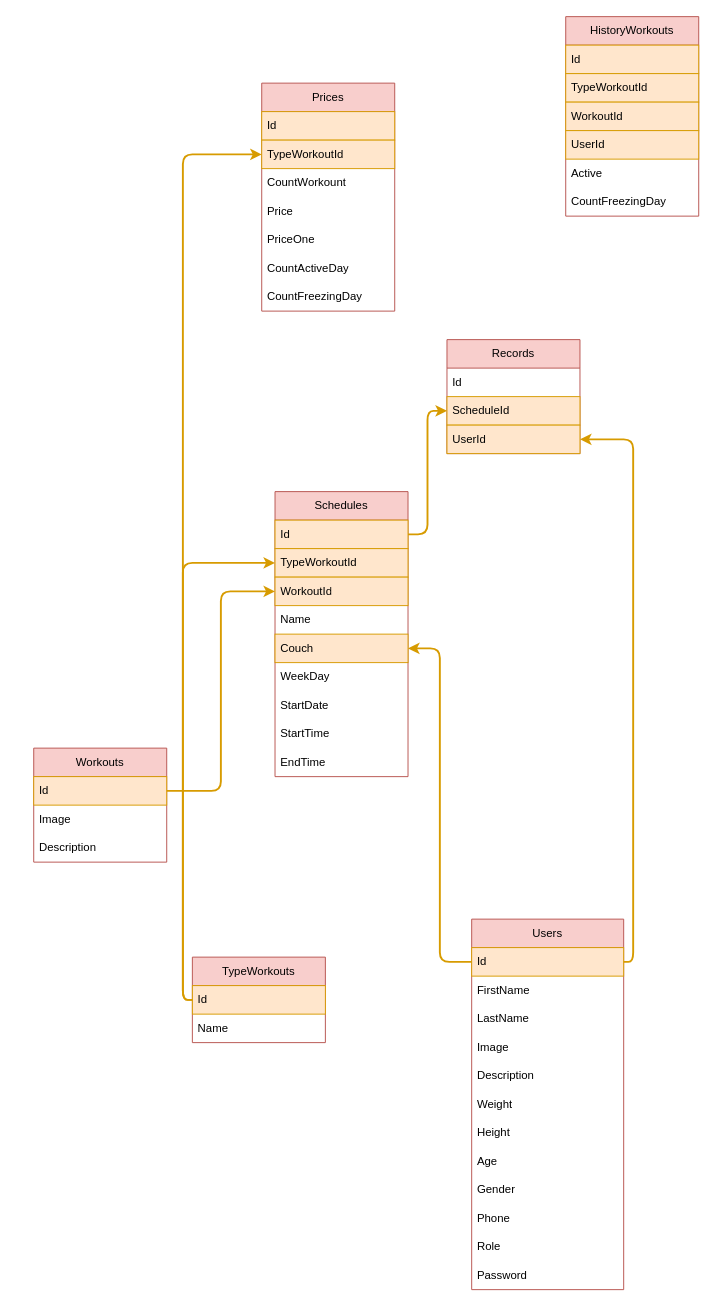
VyacheslavMironov/JALUR_API keeps this draw.io diagram as doc/application.drawio. Above is the earlier version. Source tidied: cells renumbered, new cells numbered last; positions are measured from the earlier drawing's top-left corner, leaving out a move shared by most shapes. Both pictures are drawn from the tidied source at 95%, with x=0, y=0 at pixel (33, 16).
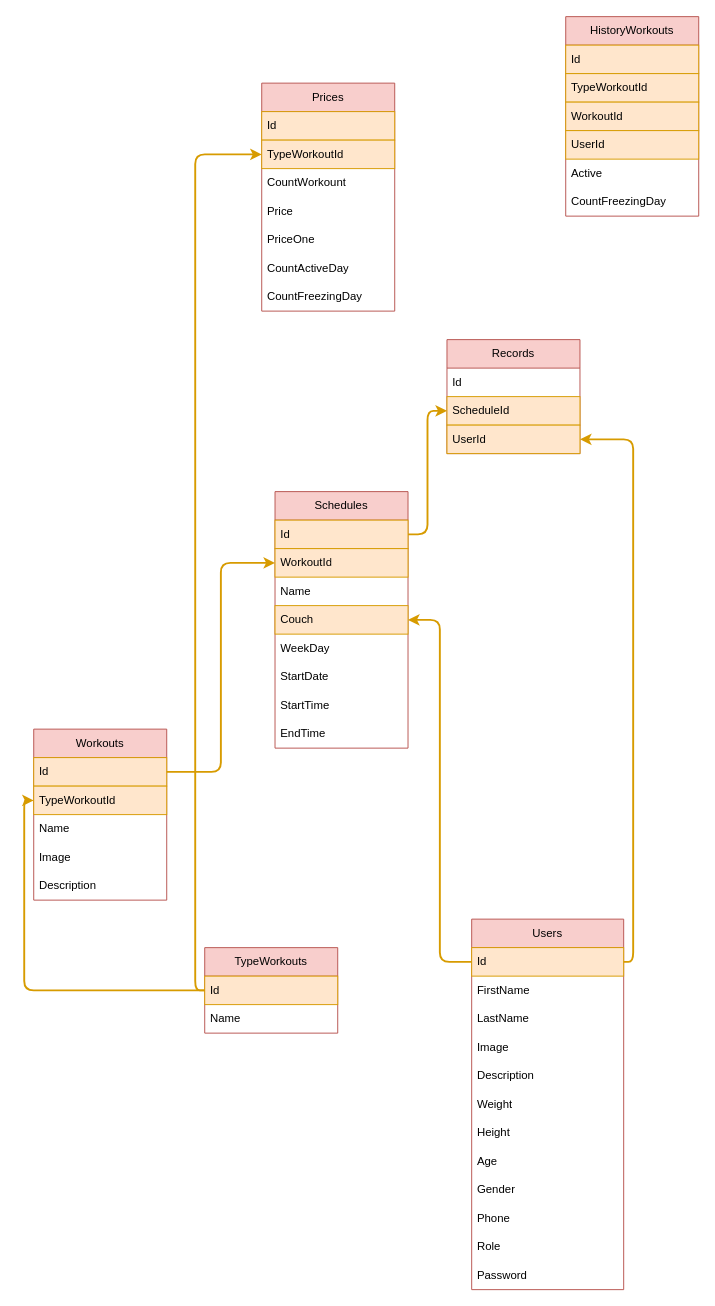
The same page after the edit.

Change to the diagram source:
```diff
@@
     <mxCell id="15" value="TypeWorkouts" style="swimlane;fontStyle=0;horizontal=1;startSize=30;whiteSpace=wrap;html=1;strokeWidth=1;fillColor=#f8cecc;strokeColor=#b85450;" parent="1" vertex="1">
-      <mxGeometry x="167" y="990" width="140" height="90" as="geometry" />
+      <mxGeometry x="180" y="980" width="140" height="90" as="geometry" />
     </mxCell>
@@
     <mxCell id="18" value="Schedules" style="swimlane;fontStyle=0;horizontal=1;startSize=30;whiteSpace=wrap;html=1;strokeWidth=1;fillColor=#f8cecc;strokeColor=#b85450;" parent="1" vertex="1">
-      <mxGeometry x="254" y="500" width="140" height="300" as="geometry" />
+      <mxGeometry x="254" y="500" width="140" height="270" as="geometry" />
     </mxCell>
@@
-    <mxCell id="20" value="TypeWorkoutId" style="text;strokeColor=#d79b00;fillColor=#ffe6cc;align=left;verticalAlign=middle;spacingLeft=4;spacingRight=4;overflow=hidden;points=[[0,0.5],[1,0.5]];portConstraint=eastwest;whiteSpace=wrap;html=1;strokeWidth=1;" parent="18" vertex="1">
-      <mxGeometry y="60" width="140" height="30" as="geometry" />
-    </mxCell>
     <mxCell id="21" value="WorkoutId" style="text;strokeColor=#d79b00;fillColor=#ffe6cc;align=left;verticalAlign=middle;spacingLeft=4;spacingRight=4;overflow=hidden;points=[[0,0.5],[1,0.5]];portConstraint=eastwest;whiteSpace=wrap;html=1;strokeWidth=1;" parent="18" vertex="1">
-      <mxGeometry y="90" width="140" height="30" as="geometry" />
+      <mxGeometry y="60" width="140" height="30" as="geometry" />
     </mxCell>
     <mxCell id="22" value="Name" style="text;strokeColor=none;fillColor=none;align=left;verticalAlign=middle;spacingLeft=4;spacingRight=4;overflow=hidden;whiteSpace=wrap;html=1;strokeWidth=1;" parent="18" vertex="1">
-      <mxGeometry y="120" width="140" height="30" as="geometry" />
+      <mxGeometry y="90" width="140" height="30" as="geometry" />
     </mxCell>
     <mxCell id="23" value="Couch" style="text;strokeColor=#d79b00;fillColor=#ffe6cc;align=left;verticalAlign=middle;spacingLeft=4;spacingRight=4;overflow=hidden;points=[[0,0.5],[1,0.5]];portConstraint=eastwest;whiteSpace=wrap;html=1;strokeWidth=1;" parent="18" vertex="1">
-      <mxGeometry y="150" width="140" height="30" as="geometry" />
+      <mxGeometry y="120" width="140" height="30" as="geometry" />
     </mxCell>
     <mxCell id="24" value="WeekDay" style="text;strokeColor=none;fillColor=none;align=left;verticalAlign=middle;spacingLeft=4;spacingRight=4;overflow=hidden;whiteSpace=wrap;html=1;strokeWidth=1;" parent="18" vertex="1">
-      <mxGeometry y="180" width="140" height="30" as="geometry" />
+      <mxGeometry y="150" width="140" height="30" as="geometry" />
     </mxCell>
     <mxCell id="25" value="StartDate" style="text;strokeColor=none;fillColor=none;align=left;verticalAlign=middle;spacingLeft=4;spacingRight=4;overflow=hidden;whiteSpace=wrap;html=1;strokeWidth=1;" parent="18" vertex="1">
-      <mxGeometry y="210" width="140" height="30" as="geometry" />
+      <mxGeometry y="180" width="140" height="30" as="geometry" />
     </mxCell>
     <mxCell id="26" value="StartTime" style="text;strokeColor=none;fillColor=none;align=left;verticalAlign=middle;spacingLeft=4;spacingRight=4;overflow=hidden;whiteSpace=wrap;html=1;strokeWidth=1;" parent="18" vertex="1">
-      <mxGeometry y="240" width="140" height="30" as="geometry" />
+      <mxGeometry y="210" width="140" height="30" as="geometry" />
     </mxCell>
     <mxCell id="27" value="EndTime" style="text;strokeColor=none;fillColor=none;align=left;verticalAlign=middle;spacingLeft=4;spacingRight=4;overflow=hidden;whiteSpace=wrap;html=1;strokeWidth=1;" parent="18" vertex="1">
-      <mxGeometry y="270" width="140" height="30" as="geometry" />
+      <mxGeometry y="240" width="140" height="30" as="geometry" />
     </mxCell>
@@
     <mxCell id="36" value="Workouts" style="swimlane;fontStyle=0;horizontal=1;startSize=30;whiteSpace=wrap;html=1;strokeWidth=1;fillColor=#f8cecc;strokeColor=#b85450;" parent="1" vertex="1">
-      <mxGeometry y="770" width="140" height="120" as="geometry" />
+      <mxGeometry y="750" width="140" height="180" as="geometry" />
     </mxCell>
@@
+    <mxCell id="20" value="TypeWorkoutId" style="text;strokeColor=#d79b00;fillColor=#ffe6cc;align=left;verticalAlign=middle;spacingLeft=4;spacingRight=4;overflow=hidden;points=[[0,0.5],[1,0.5]];portConstraint=eastwest;whiteSpace=wrap;html=1;strokeWidth=1;" parent="36" vertex="1">
+      <mxGeometry y="60" width="140" height="30" as="geometry" />
+    </mxCell>
+    <mxCell id="57" value="Name" style="text;strokeColor=none;fillColor=none;align=left;verticalAlign=middle;spacingLeft=4;spacingRight=4;overflow=hidden;whiteSpace=wrap;html=1;strokeWidth=1;" parent="36" vertex="1">
+      <mxGeometry y="90" width="140" height="30" as="geometry" />
+    </mxCell>
     <mxCell id="38" value="Image" style="text;strokeColor=none;fillColor=none;align=left;verticalAlign=middle;spacingLeft=4;spacingRight=4;overflow=hidden;whiteSpace=wrap;html=1;strokeWidth=1;" parent="36" vertex="1">
-      <mxGeometry y="60" width="140" height="30" as="geometry" />
+      <mxGeometry y="120" width="140" height="30" as="geometry" />
     </mxCell>
     <mxCell id="39" value="Description" style="text;strokeColor=none;fillColor=none;align=left;verticalAlign=middle;spacingLeft=4;spacingRight=4;overflow=hidden;whiteSpace=wrap;html=1;strokeWidth=1;" parent="36" vertex="1">
-      <mxGeometry y="90" width="140" height="30" as="geometry" />
+      <mxGeometry y="150" width="140" height="30" as="geometry" />
     </mxCell>
```
